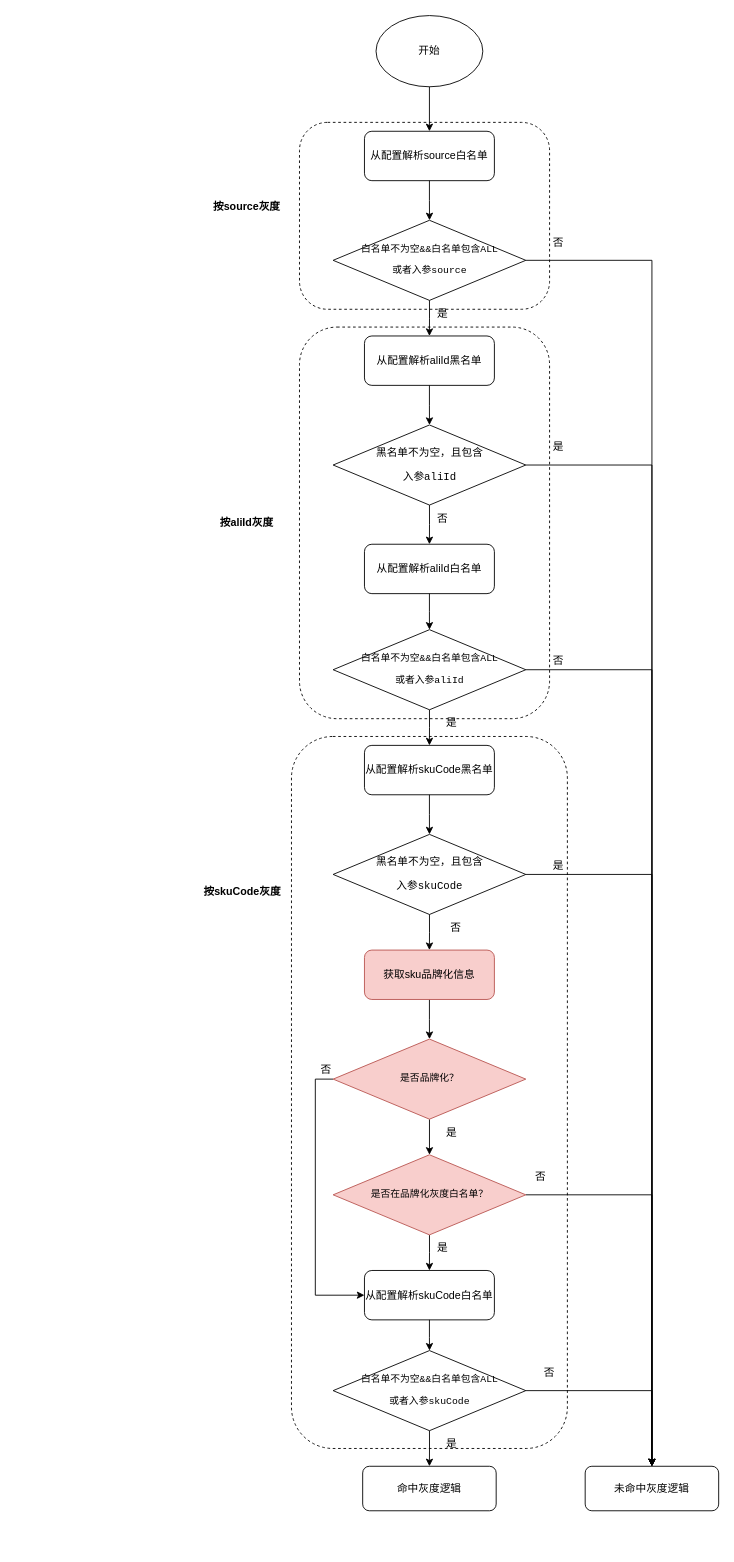
Above: 费用项缓存逻辑-新.drawio in heyrry/draw.io (draw.io), before the change. Source tidied: cells renumbered, new cells numbered last; positions are measured from the earlier drawing's top-left corner, leaving out a move shared by most shapes. Both pictures are drawn from the tidied source at 89%, with x=0, y=0 at pixel (202, -679).
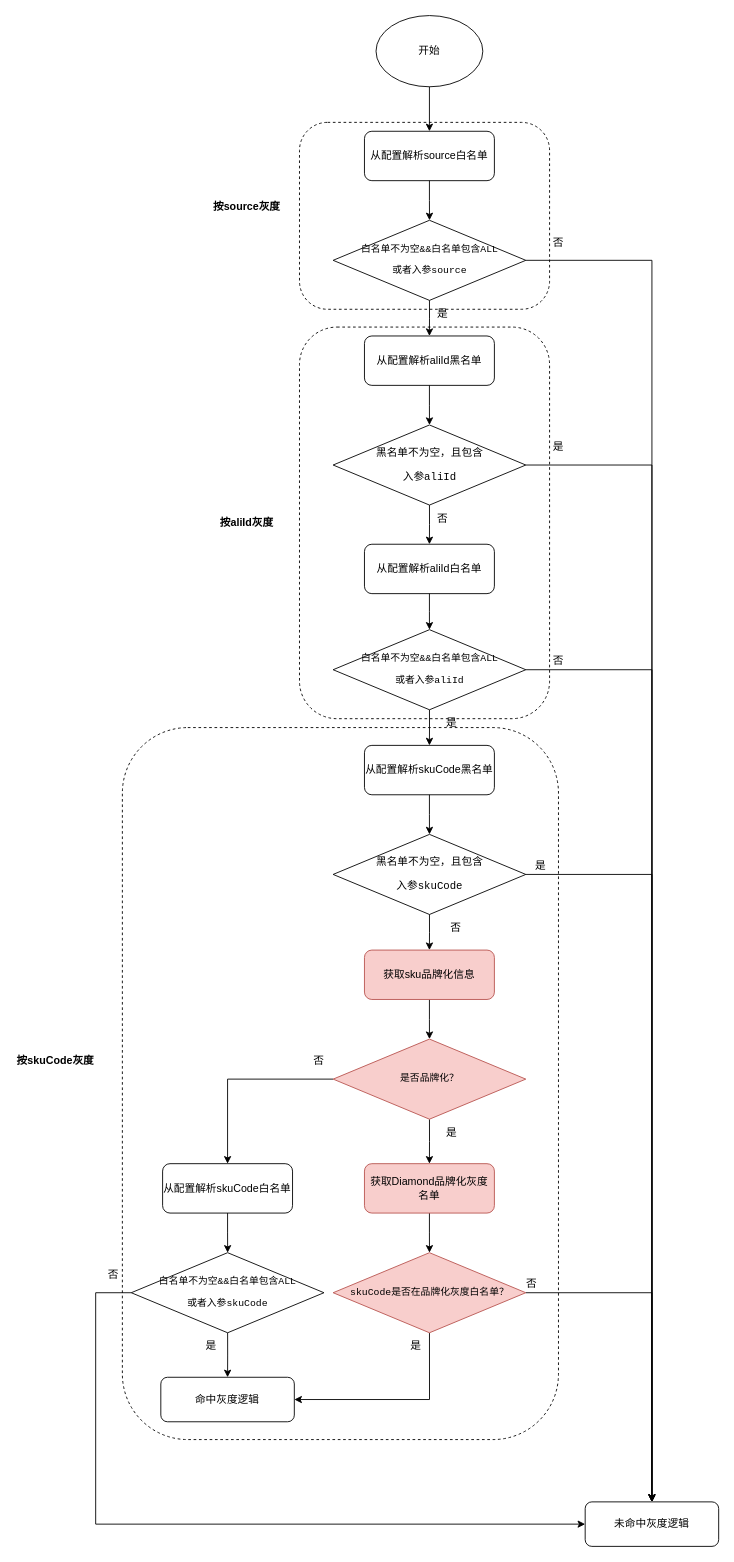
After the change.

Commit message:
更新费用项缓存逻辑-新.drawio

The change refers to these unchanged cells:
```xml
<mxCell id="39" value="&lt;pre&gt;&lt;pre&gt;是否品牌化？&lt;/pre&gt;&lt;/pre&gt;" style="rhombus;whiteSpace=wrap;html=1;fillColor=#f8cecc;verticalAlign=middle;horizontal=1;spacing=0;fontSize=11;strokeColor=#b85450;" parent="1" vertex="1">
  <mxGeometry x="146.8" y="1930" width="216.5" height="90" as="geometry" />
</mxCell>
```

Change to the diagram source:
```diff
@@
     <mxCell id="2" style="rounded=1;whiteSpace=wrap;html=1;fillColor=none;dashed=1;" parent="1" vertex="1">
-      <mxGeometry x="100" y="1590" width="310" height="800" as="geometry" />
+      <mxGeometry x="-90" y="1580" width="490" height="800" as="geometry" />
     </mxCell>
@@
     <mxCell id="11" value="命中灰度逻辑" style="rounded=1;whiteSpace=wrap;html=1;fillColor=none;strokeColor=default;" parent="1" vertex="1">
-      <mxGeometry x="180" y="2410" width="150" height="50" as="geometry" />
+      <mxGeometry x="-46.8" y="2310" width="150" height="50" as="geometry" />
     </mxCell>
@@
     <mxCell id="20" value="是" style="text;html=1;align=center;verticalAlign=middle;whiteSpace=wrap;rounded=0;" parent="1" vertex="1">
-      <mxGeometry x="370" y="1720" width="60" height="30" as="geometry" />
+      <mxGeometry x="350" y="1720" width="60" height="30" as="geometry" />
     </mxCell>
@@
-    <mxCell id="37" style="edgeStyle=orthogonalEdgeStyle;rounded=0;jettySize=auto;html=1;exitX=0.5;exitY=1;exitDx=0;exitDy=0;entryX=0.5;entryY=0;entryDx=0;entryDy=0;" parent="1" edge="1" source="39" target="55">
-      <mxGeometry relative="1" as="geometry" />
+    <mxCell id="37" style="edgeStyle=orthogonalEdgeStyle;rounded=0;jettySize=auto;html=1;exitX=0.5;exitY=1;exitDx=0;exitDy=0;entryX=0.5;entryY=0;entryDx=0;entryDy=0;" parent="1" edge="1" source="39">
+      <mxGeometry relative="1" as="geometry">
+        <mxPoint x="255" y="2070" as="targetPoint" />
+      </mxGeometry>
     </mxCell>
-    <mxCell id="38" style="edgeStyle=orthogonalEdgeStyle;rounded=0;jettySize=auto;html=1;exitX=0;exitY=0.5;exitDx=0;exitDy=0;entryX=0;entryY=0.5;entryDx=0;entryDy=0;" parent="1" edge="1" source="39" target="59">
+    <mxCell id="38" style="edgeStyle=orthogonalEdgeStyle;rounded=0;jettySize=auto;html=1;exitX=0;exitY=0.5;exitDx=0;exitDy=0;entryX=0.5;entryY=0;entryDx=0;entryDy=0;" parent="1" edge="1" source="39" target="59">
       <mxGeometry relative="1" as="geometry" />
     </mxCell>
@@
     <mxCell id="40" value="未命中灰度逻辑" style="rounded=1;whiteSpace=wrap;html=1;fillColor=none;strokeColor=default;" parent="1" vertex="1">
-      <mxGeometry x="430" y="2410" width="150" height="50" as="geometry" />
+      <mxGeometry x="430" y="2450" width="150" height="50" as="geometry" />
     </mxCell>
@@
     <mxCell id="52" value="按skuCode灰度" style="text;html=1;align=center;verticalAlign=middle;whiteSpace=wrap;rounded=0;fontStyle=1;" parent="1" vertex="1">
-      <mxGeometry y="1750" width="90" height="30" as="geometry" />
+      <mxGeometry x="-210" y="1940" width="90" height="30" as="geometry" />
     </mxCell>
-    <mxCell id="53" style="edgeStyle=orthogonalEdgeStyle;rounded=0;jettySize=auto;html=1;exitX=1;exitY=0.5;exitDx=0;exitDy=0;entryX=0.5;entryY=0;entryDx=0;entryDy=0;" parent="1" edge="1" source="55" target="40">
-      <mxGeometry relative="1" as="geometry" />
-    </mxCell>
-    <mxCell id="54" style="edgeStyle=orthogonalEdgeStyle;rounded=0;jettySize=auto;html=1;exitX=0.5;exitY=1;exitDx=0;exitDy=0;entryX=0.5;entryY=0;entryDx=0;entryDy=0;" parent="1" edge="1" source="55" target="59">
-      <mxGeometry relative="1" as="geometry" />
-    </mxCell>
-    <mxCell id="55" value="&lt;pre&gt;&lt;pre&gt;是否在品牌化灰度白名单？&lt;/pre&gt;&lt;/pre&gt;" style="rhombus;whiteSpace=wrap;html=1;fillColor=#f8cecc;verticalAlign=middle;horizontal=1;spacing=0;fontSize=11;strokeColor=#b85450;" parent="1" vertex="1">
-      <mxGeometry x="146.8" y="2060" width="216.5" height="90" as="geometry" />
-    </mxCell>
     <mxCell id="56" value="是" style="text;html=1;align=center;verticalAlign=middle;whiteSpace=wrap;rounded=0;" parent="1" vertex="1">
-      <mxGeometry x="250" y="2370" width="60" height="30" as="geometry" />
+      <mxGeometry x="210" y="2260" width="60" height="30" as="geometry" />
     </mxCell>
     <mxCell id="57" value="否" style="text;html=1;align=center;verticalAlign=middle;whiteSpace=wrap;rounded=0;" parent="1" vertex="1">
-      <mxGeometry x="109" y="1950" width="60" height="30" as="geometry" />
+      <mxGeometry x="101.2" y="1940" width="60" height="30" as="geometry" />
     </mxCell>
@@
     <mxCell id="59" value="从配置解析skuCode白名单" style="rounded=1;whiteSpace=wrap;html=1;fillColor=none;" parent="1" vertex="1">
-      <mxGeometry x="182" y="2190" width="146" height="55.5" as="geometry" />
+      <mxGeometry x="-44.8" y="2070" width="146" height="55.5" as="geometry" />
     </mxCell>
@@
-    <mxCell id="61" style="edgeStyle=orthogonalEdgeStyle;rounded=0;jettySize=auto;html=1;exitX=1;exitY=0.5;exitDx=0;exitDy=0;" parent="1" edge="1" source="62" target="40">
-      <mxGeometry relative="1" as="geometry" />
+    <mxCell id="61" style="edgeStyle=orthogonalEdgeStyle;rounded=0;jettySize=auto;html=1;exitX=0;exitY=0.5;exitDx=0;exitDy=0;entryX=0;entryY=0.5;entryDx=0;entryDy=0;" parent="1" edge="1" source="62" target="40">
+      <mxGeometry relative="1" as="geometry">
+        <Array as="points">
+          <mxPoint x="-120" y="2215" />
+          <mxPoint x="-120" y="2475" />
+        </Array>
+      </mxGeometry>
     </mxCell>
     <mxCell id="62" value="&lt;pre&gt;&lt;pre&gt;&lt;font&gt;白名单不为空&amp;amp;&amp;amp;白名单包含ALL&lt;/font&gt;&lt;/pre&gt;&lt;pre&gt;&lt;font&gt;或者&lt;/font&gt;入参skuCode&lt;/pre&gt;&lt;/pre&gt;" style="rhombus;whiteSpace=wrap;html=1;fillColor=none;verticalAlign=middle;horizontal=1;spacing=0;fontSize=11;" parent="1" vertex="1">
-      <mxGeometry x="146.8" y="2280" width="216.5" height="90" as="geometry" />
+      <mxGeometry x="-80" y="2170" width="216.5" height="90" as="geometry" />
     </mxCell>
     <mxCell id="63" value="否" style="text;html=1;align=center;verticalAlign=middle;whiteSpace=wrap;rounded=0;" parent="1" vertex="1">
-      <mxGeometry x="350" y="2070" width="60" height="30" as="geometry" />
+      <mxGeometry x="340" y="2190" width="60" height="30" as="geometry" />
     </mxCell>
+    <mxCell id="65" value="是" style="text;html=1;align=center;verticalAlign=middle;whiteSpace=wrap;rounded=0;" parent="1" vertex="1">
+      <mxGeometry x="-20" y="2260" width="60" height="30" as="geometry" />
+    </mxCell>
+    <mxCell id="66" style="edgeStyle=orthogonalEdgeStyle;rounded=0;jettySize=auto;html=1;exitX=0.5;exitY=1;exitDx=0;exitDy=0;entryX=0.5;entryY=0;entryDx=0;entryDy=0;" parent="1" edge="1" source="67" target="70">
+      <mxGeometry relative="1" as="geometry" />
+    </mxCell>
+    <mxCell id="67" value="获取Diamond品牌化灰度名单" style="rounded=1;whiteSpace=wrap;html=1;fillColor=#f8cecc;strokeColor=#b85450;" parent="1" vertex="1">
+      <mxGeometry x="182" y="2070" width="146" height="55.5" as="geometry" />
+    </mxCell>
+    <mxCell id="68" style="edgeStyle=orthogonalEdgeStyle;rounded=0;jettySize=auto;html=1;exitX=0.5;exitY=1;exitDx=0;exitDy=0;entryX=1;entryY=0.5;entryDx=0;entryDy=0;" parent="1" edge="1" source="70" target="11">
+      <mxGeometry relative="1" as="geometry" />
+    </mxCell>
+    <mxCell id="69" style="edgeStyle=orthogonalEdgeStyle;rounded=0;jettySize=auto;html=1;exitX=1;exitY=0.5;exitDx=0;exitDy=0;entryX=0.5;entryY=0;entryDx=0;entryDy=0;" parent="1" edge="1" source="70" target="40">
+      <mxGeometry relative="1" as="geometry" />
+    </mxCell>
+    <mxCell id="70" value="&lt;pre&gt;&lt;pre&gt;skuCode是否在品牌化灰度白名单？&lt;/pre&gt;&lt;/pre&gt;" style="rhombus;whiteSpace=wrap;html=1;fillColor=#f8cecc;verticalAlign=middle;horizontal=1;spacing=0;fontSize=11;strokeColor=#b85450;" parent="1" vertex="1">
+      <mxGeometry x="146.8" y="2170" width="216.5" height="90" as="geometry" />
+    </mxCell>
     <mxCell id="64" value="否" style="text;html=1;align=center;verticalAlign=middle;whiteSpace=wrap;rounded=0;" parent="1" vertex="1">
-      <mxGeometry x="360" y="2290" width="60" height="30" as="geometry" />
+      <mxGeometry x="-130" y="2180" width="60" height="30" as="geometry" />
     </mxCell>
-    <mxCell id="65" value="是" style="text;html=1;align=center;verticalAlign=middle;whiteSpace=wrap;rounded=0;" parent="1" vertex="1">
-      <mxGeometry x="240" y="2150" width="60" height="30" as="geometry" />
-    </mxCell>
```
